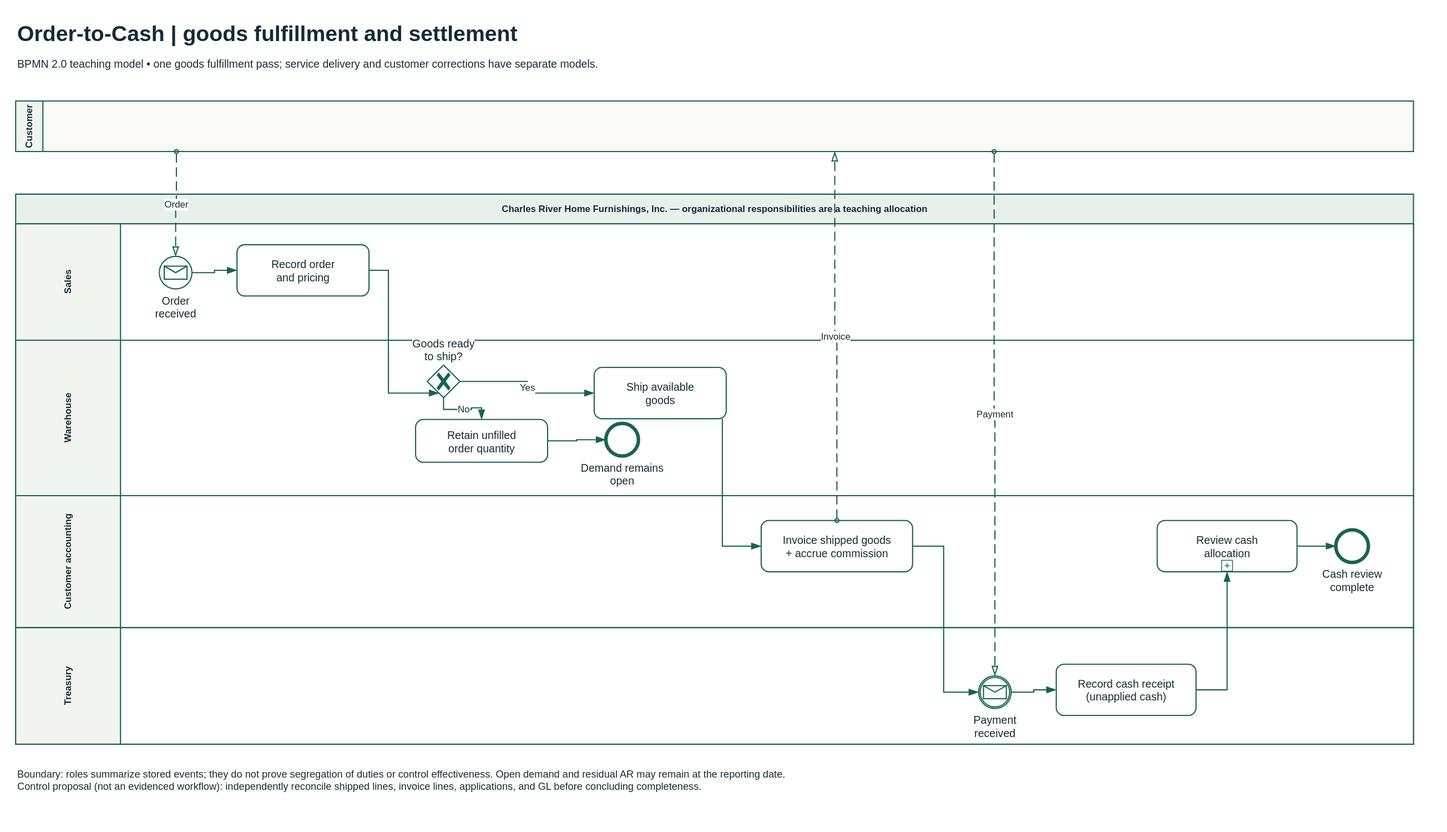
The draw.io diagram static/diagrams/bpmn/order-to-cash.svg in mmcodesso/CharlesRiver_Database, before a commit. Source tidied: cells renumbered, new cells last; positions are measured from the earlier drawing's top-left corner, leaving out a move shared by most shapes.
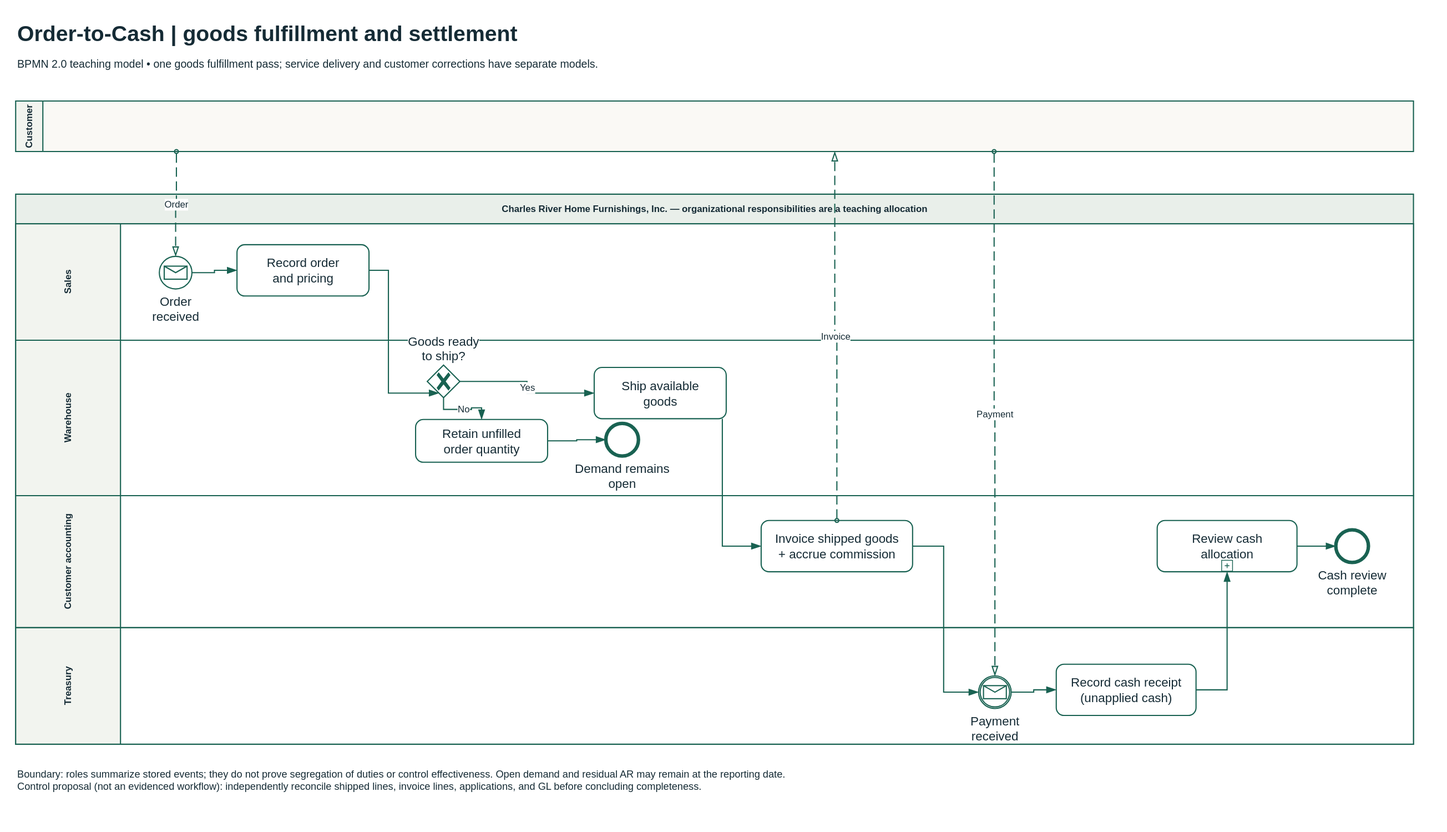
Later version of the same file.

The edit, as a diff of the source:
```diff
@@ -14,46 +14,46 @@
     <mxCell id="5" value="Sales" style="html=0;fontFamily=Arial;fontSize=14;fontColor=#152b35;strokeColor=#196252;strokeWidth=1.5;fillColor=#FFFFFF;whiteSpace=wrap;swimlane;horizontal=0;startSize=135;fontStyle=1;fillColor=#F2F4EF;swimlaneFillColor=#FFFFFF;" parent="4" vertex="1">
       <mxGeometry y="38" width="1800" height="150" as="geometry" />
     </mxCell>
-    <mxCell id="6" value="Order&#10;received" style="html=0;fontFamily=Arial;fontSize=14;fontColor=#152b35;strokeColor=#196252;strokeWidth=1.5;fillColor=#FFFFFF;whiteSpace=wrap;shape=mxgraph.bpmn.event;outline=standard;symbol=message;perimeter=ellipsePerimeter;verticalLabelPosition=bottom;verticalAlign=top;labelBackgroundColor=#FFFFFF;labelWidth=140;" parent="5" vertex="1">
+    <mxCell id="6" value="Order&#10;received" style="html=0;fontFamily=Arial;fontColor=#152b35;strokeColor=#196252;strokeWidth=1.5;fillColor=#FFFFFF;whiteSpace=wrap;shape=mxgraph.bpmn.event;outline=standard;symbol=message;perimeter=ellipsePerimeter;verticalLabelPosition=bottom;verticalAlign=top;labelBackgroundColor=#FFFFFF;labelWidth=140;fontSize=16;" parent="5" vertex="1">
       <mxGeometry x="185" y="42" width="42" height="42" as="geometry" />
     </mxCell>
-    <mxCell id="7" value="Record order&#10;and pricing" style="html=0;fontFamily=Arial;fontSize=14;fontColor=#152b35;strokeColor=#196252;strokeWidth=1.5;fillColor=#FFFFFF;whiteSpace=wrap;shape=mxgraph.bpmn.task2;rectStyle=rounded;size=10;taskMarker=abstract;" parent="5" vertex="1">
+    <mxCell id="7" value="Record order&#10;and pricing" style="html=0;fontFamily=Arial;fontColor=#152b35;strokeColor=#196252;strokeWidth=1.5;fillColor=#FFFFFF;whiteSpace=wrap;shape=mxgraph.bpmn.task2;rectStyle=rounded;size=10;taskMarker=abstract;fontSize=16;" parent="5" vertex="1">
       <mxGeometry x="285" y="27" width="170" height="66" as="geometry" />
     </mxCell>
     <mxCell id="8" value="Warehouse" style="html=0;fontFamily=Arial;fontSize=14;fontColor=#152b35;strokeColor=#196252;strokeWidth=1.5;fillColor=#FFFFFF;whiteSpace=wrap;swimlane;horizontal=0;startSize=135;fontStyle=1;fillColor=#F2F4EF;swimlaneFillColor=#FFFFFF;" parent="4" vertex="1">
       <mxGeometry y="188" width="1800" height="200" as="geometry" />
     </mxCell>
-    <mxCell id="9" value="Goods ready&#10;to ship?" style="html=0;fontFamily=Arial;fontSize=14;fontColor=#152b35;strokeColor=#196252;strokeWidth=1.5;fillColor=#FFFFFF;whiteSpace=wrap;shape=mxgraph.bpmn.gateway2;outline=none;symbol=none;gwType=exclusive;perimeter=rhombusPerimeter;verticalLabelPosition=top;verticalAlign=bottom;labelBackgroundColor=#FFFFFF;labelWidth=140;" parent="8" vertex="1">
+    <mxCell id="9" value="Goods ready&#10;to ship?" style="html=0;fontFamily=Arial;fontColor=#152b35;strokeColor=#196252;strokeWidth=1.5;fillColor=#FFFFFF;whiteSpace=wrap;shape=mxgraph.bpmn.gateway2;outline=none;symbol=none;gwType=exclusive;perimeter=rhombusPerimeter;verticalLabelPosition=top;verticalAlign=bottom;labelBackgroundColor=#FFFFFF;labelWidth=140;fontSize=16;" parent="8" vertex="1">
       <mxGeometry x="530" y="32" width="42" height="42" as="geometry" />
     </mxCell>
-    <mxCell id="10" value="Retain unfilled&#10;order quantity" style="html=0;fontFamily=Arial;fontSize=14;fontColor=#152b35;strokeColor=#196252;strokeWidth=1.5;fillColor=#FFFFFF;whiteSpace=wrap;shape=mxgraph.bpmn.task2;rectStyle=rounded;size=10;taskMarker=abstract;" parent="8" vertex="1">
+    <mxCell id="10" value="Retain unfilled&#10;order quantity" style="html=0;fontFamily=Arial;fontColor=#152b35;strokeColor=#196252;strokeWidth=1.5;fillColor=#FFFFFF;whiteSpace=wrap;shape=mxgraph.bpmn.task2;rectStyle=rounded;size=10;taskMarker=abstract;fontSize=16;" parent="8" vertex="1">
       <mxGeometry x="515" y="102" width="170" height="55" as="geometry" />
     </mxCell>
-    <mxCell id="11" value="Demand remains&#10;open" style="html=0;fontFamily=Arial;fontSize=14;fontColor=#152b35;strokeColor=#196252;strokeWidth=1.5;fillColor=#FFFFFF;whiteSpace=wrap;shape=mxgraph.bpmn.event;outline=end;symbol=general;perimeter=ellipsePerimeter;verticalLabelPosition=bottom;verticalAlign=top;labelBackgroundColor=#FFFFFF;labelWidth=140;" parent="8" vertex="1">
+    <mxCell id="11" value="Demand remains&#10;open" style="html=0;fontFamily=Arial;fontColor=#152b35;strokeColor=#196252;strokeWidth=1.5;fillColor=#FFFFFF;whiteSpace=wrap;shape=mxgraph.bpmn.event;outline=end;symbol=general;perimeter=ellipsePerimeter;verticalLabelPosition=bottom;verticalAlign=top;labelBackgroundColor=#FFFFFF;labelWidth=140;fontSize=16;" parent="8" vertex="1">
       <mxGeometry x="760" y="107" width="42" height="42" as="geometry" />
     </mxCell>
-    <mxCell id="12" value="Ship available&#10;goods" style="html=0;fontFamily=Arial;fontSize=14;fontColor=#152b35;strokeColor=#196252;strokeWidth=1.5;fillColor=#FFFFFF;whiteSpace=wrap;shape=mxgraph.bpmn.task2;rectStyle=rounded;size=10;taskMarker=abstract;" parent="8" vertex="1">
+    <mxCell id="12" value="Ship available&#10;goods" style="html=0;fontFamily=Arial;fontColor=#152b35;strokeColor=#196252;strokeWidth=1.5;fillColor=#FFFFFF;whiteSpace=wrap;shape=mxgraph.bpmn.task2;rectStyle=rounded;size=10;taskMarker=abstract;fontSize=16;" parent="8" vertex="1">
       <mxGeometry x="745" y="35" width="170" height="66" as="geometry" />
     </mxCell>
     <mxCell id="13" value="Customer accounting" style="html=0;fontFamily=Arial;fontSize=14;fontColor=#152b35;strokeColor=#196252;strokeWidth=1.5;fillColor=#FFFFFF;whiteSpace=wrap;swimlane;horizontal=0;startSize=135;fontStyle=1;fillColor=#F2F4EF;swimlaneFillColor=#FFFFFF;" parent="4" vertex="1">
       <mxGeometry y="388" width="1800" height="170" as="geometry" />
     </mxCell>
-    <mxCell id="14" value="Invoice shipped goods&#10;+ accrue commission" style="html=0;fontFamily=Arial;fontSize=14;fontColor=#152b35;strokeColor=#196252;strokeWidth=1.5;fillColor=#FFFFFF;whiteSpace=wrap;shape=mxgraph.bpmn.task2;rectStyle=rounded;size=10;taskMarker=abstract;" parent="13" vertex="1">
+    <mxCell id="14" value="Invoice shipped goods&#10;+ accrue commission" style="html=0;fontFamily=Arial;fontColor=#152b35;strokeColor=#196252;strokeWidth=1.5;fillColor=#FFFFFF;whiteSpace=wrap;shape=mxgraph.bpmn.task2;rectStyle=rounded;size=10;taskMarker=abstract;fontSize=16;" parent="13" vertex="1">
       <mxGeometry x="960" y="32" width="195" height="66" as="geometry" />
     </mxCell>
-    <mxCell id="15" value="Review cash&#10;allocation" style="html=0;fontFamily=Arial;fontSize=14;fontColor=#152b35;strokeColor=#196252;strokeWidth=1.5;fillColor=#FFFFFF;whiteSpace=wrap;shape=mxgraph.bpmn.task2;rectStyle=rounded;size=10;taskMarker=abstract;bpmnShapeType=task;isLoopSub=1;" parent="13" vertex="1">
+    <mxCell id="15" value="Review cash&#10;allocation" style="html=0;fontFamily=Arial;fontColor=#152b35;strokeColor=#196252;strokeWidth=1.5;fillColor=#FFFFFF;whiteSpace=wrap;shape=mxgraph.bpmn.task2;rectStyle=rounded;size=10;taskMarker=abstract;bpmnShapeType=task;isLoopSub=1;fontSize=16;" parent="13" vertex="1">
       <mxGeometry x="1470" y="32" width="180" height="66" as="geometry" />
     </mxCell>
-    <mxCell id="16" value="Cash review&#10;complete" style="html=0;fontFamily=Arial;fontSize=14;fontColor=#152b35;strokeColor=#196252;strokeWidth=1.5;fillColor=#FFFFFF;whiteSpace=wrap;shape=mxgraph.bpmn.event;outline=end;symbol=general;perimeter=ellipsePerimeter;verticalLabelPosition=bottom;verticalAlign=top;labelBackgroundColor=#FFFFFF;labelWidth=140;" parent="13" vertex="1">
+    <mxCell id="16" value="Cash review&#10;complete" style="html=0;fontFamily=Arial;fontColor=#152b35;strokeColor=#196252;strokeWidth=1.5;fillColor=#FFFFFF;whiteSpace=wrap;shape=mxgraph.bpmn.event;outline=end;symbol=general;perimeter=ellipsePerimeter;verticalLabelPosition=bottom;verticalAlign=top;labelBackgroundColor=#FFFFFF;labelWidth=140;fontSize=16;" parent="13" vertex="1">
       <mxGeometry x="1700" y="44" width="42" height="42" as="geometry" />
     </mxCell>
     <mxCell id="17" value="Treasury" style="html=0;fontFamily=Arial;fontSize=14;fontColor=#152b35;strokeColor=#196252;strokeWidth=1.5;fillColor=#FFFFFF;whiteSpace=wrap;swimlane;horizontal=0;startSize=135;fontStyle=1;fillColor=#F2F4EF;swimlaneFillColor=#FFFFFF;" parent="4" vertex="1">
       <mxGeometry y="558" width="1800" height="150" as="geometry" />
     </mxCell>
-    <mxCell id="18" value="Payment&#10;received" style="html=0;fontFamily=Arial;fontSize=14;fontColor=#152b35;strokeColor=#196252;strokeWidth=1.5;fillColor=#FFFFFF;whiteSpace=wrap;shape=mxgraph.bpmn.event;outline=catching;symbol=message;perimeter=ellipsePerimeter;verticalLabelPosition=bottom;verticalAlign=top;labelBackgroundColor=#FFFFFF;labelWidth=140;" parent="17" vertex="1">
+    <mxCell id="18" value="Payment&#10;received" style="html=0;fontFamily=Arial;fontColor=#152b35;strokeColor=#196252;strokeWidth=1.5;fillColor=#FFFFFF;whiteSpace=wrap;shape=mxgraph.bpmn.event;outline=catching;symbol=message;perimeter=ellipsePerimeter;verticalLabelPosition=bottom;verticalAlign=top;labelBackgroundColor=#FFFFFF;labelWidth=140;fontSize=16;" parent="17" vertex="1">
       <mxGeometry x="1240" y="62" width="42" height="42" as="geometry" />
     </mxCell>
-    <mxCell id="19" value="Record cash receipt&#10;(unapplied cash)" style="html=0;fontFamily=Arial;fontSize=14;fontColor=#152b35;strokeColor=#196252;strokeWidth=1.5;fillColor=#FFFFFF;whiteSpace=wrap;shape=mxgraph.bpmn.task2;rectStyle=rounded;size=10;taskMarker=abstract;" parent="17" vertex="1">
+    <mxCell id="19" value="Record cash receipt&#10;(unapplied cash)" style="html=0;fontFamily=Arial;fontColor=#152b35;strokeColor=#196252;strokeWidth=1.5;fillColor=#FFFFFF;whiteSpace=wrap;shape=mxgraph.bpmn.task2;rectStyle=rounded;size=10;taskMarker=abstract;fontSize=16;" parent="17" vertex="1">
       <mxGeometry x="1340" y="47" width="180" height="66" as="geometry" />
     </mxCell>
     <mxCell id="20" value="Customer" style="html=0;fontFamily=Arial;fontSize=14;fontColor=#152b35;strokeColor=#196252;strokeWidth=1.5;fillColor=#FFFFFF;whiteSpace=wrap;swimlane;horizontal=0;startSize=35;fillColor=#F2F4EF;swimlaneFillColor=#FAF9F5;" parent="1" vertex="1">
```
